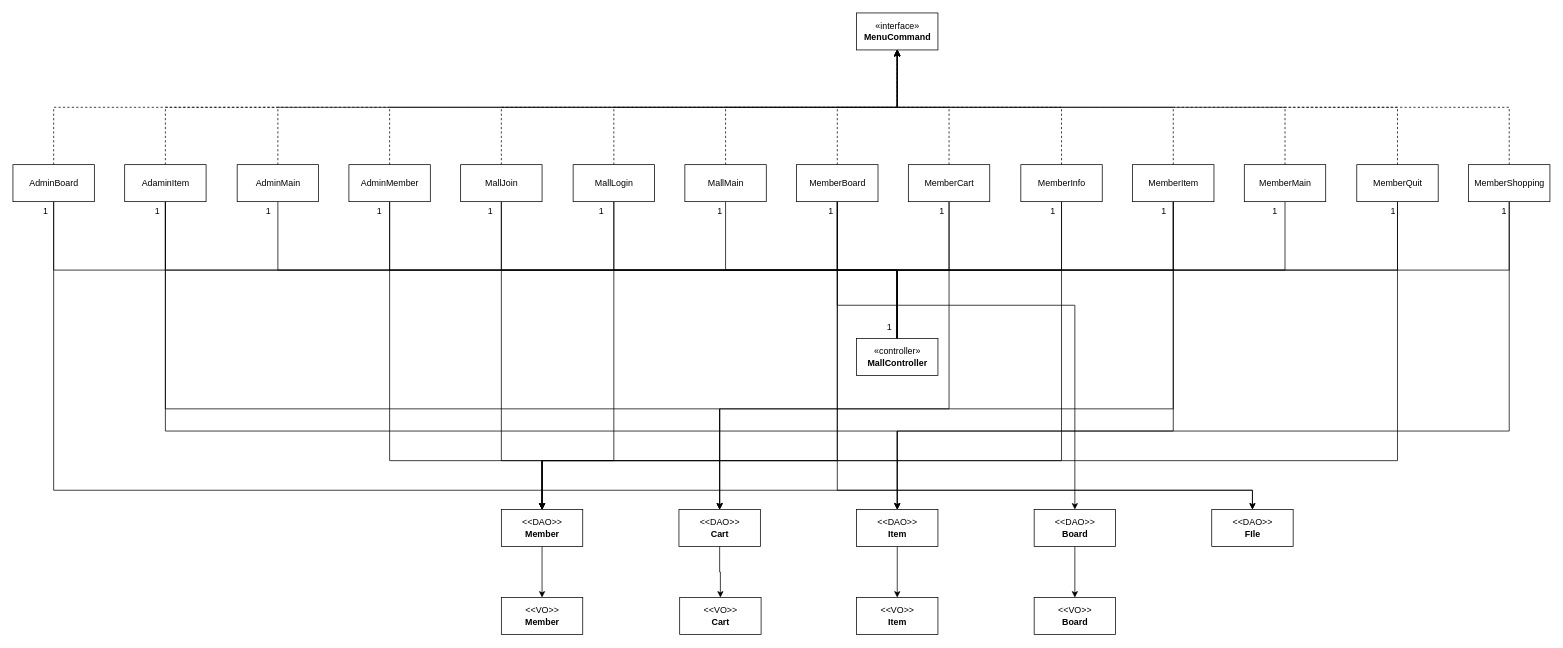
Above: javaMallClassDiagram.drawio in junyoungha1/javaMall (draw.io), before the change. Source tidied: cells renumbered, new cells numbered last; positions are measured from the earlier drawing's top-left corner, leaving out a move shared by most shapes. Both pictures are drawn from the tidied source at 74%, with x=0, y=0 at pixel (13, 13).
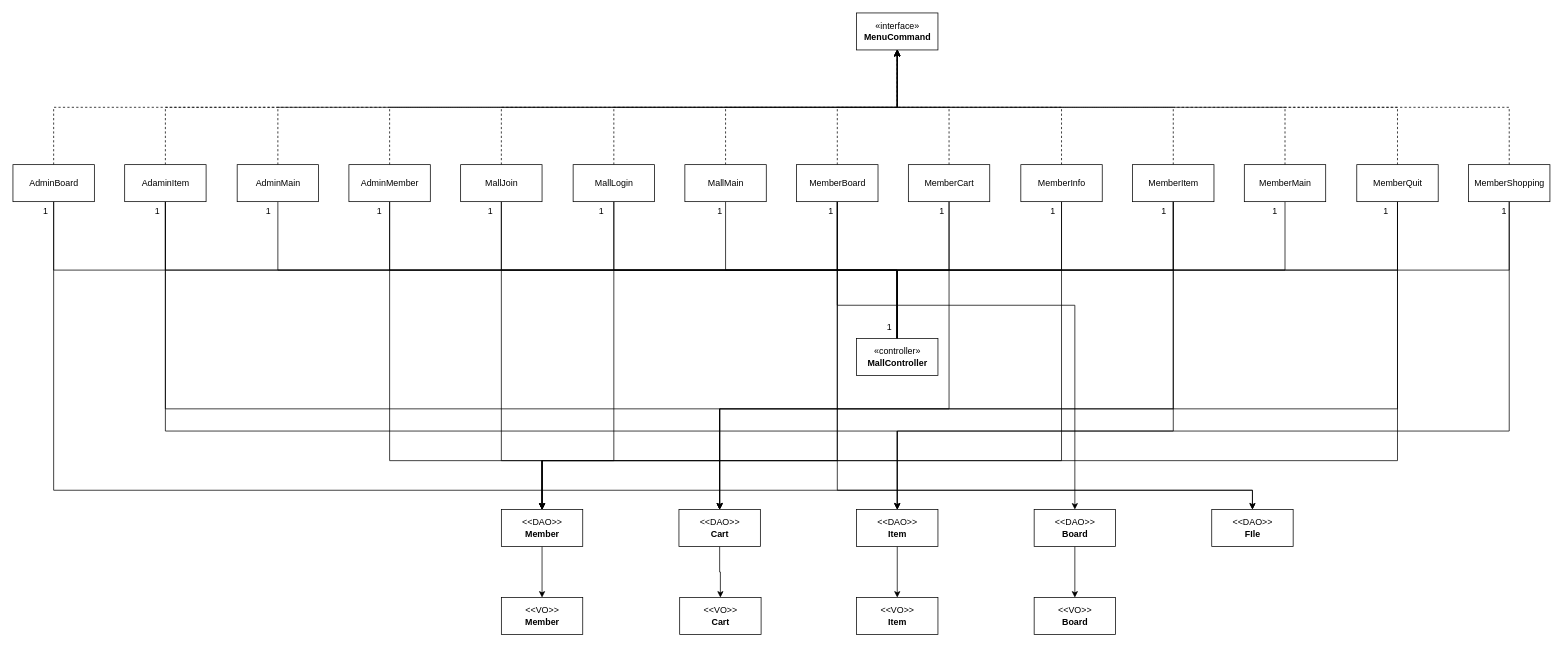
The same page after the edit.

Unchanged cells that the change refers to:
```xml
<mxCell id="59" value="MemberQuit" style="html=1;" parent="1" vertex="1">
  <mxGeometry x="1816" y="205" width="110" height="50" as="geometry" />
</mxCell>
<mxCell id="67" value="&amp;lt;&amp;lt;DAO&amp;gt;&amp;gt;&lt;br&gt;&lt;b&gt;Cart&lt;/b&gt;" style="html=1;" parent="1" vertex="1">
  <mxGeometry x="900" y="671" width="110" height="50" as="geometry" />
</mxCell>
```

Change to the diagram source:
```diff
@@
+    <mxCell id="89" style="edgeStyle=orthogonalEdgeStyle;rounded=0;jettySize=auto;html=1;exitX=0.5;exitY=1;exitDx=0;exitDy=0;" parent="1" edge="1" source="59" target="67">
+      <mxGeometry relative="1" as="geometry">
+        <Array as="points">
+          <mxPoint x="1871" y="535" />
+          <mxPoint x="955" y="535" />
+        </Array>
+      </mxGeometry>
+    </mxCell>
@@
     <mxCell id="86" value="1" style="text;html=1;align=center;verticalAlign=middle;strokeColor=none;fillColor=none;" parent="1" vertex="1">
-      <mxGeometry x="1850" y="253" width="30" height="30" as="geometry" />
+      <mxGeometry x="1840" y="253" width="30" height="30" as="geometry" />
     </mxCell>
```
